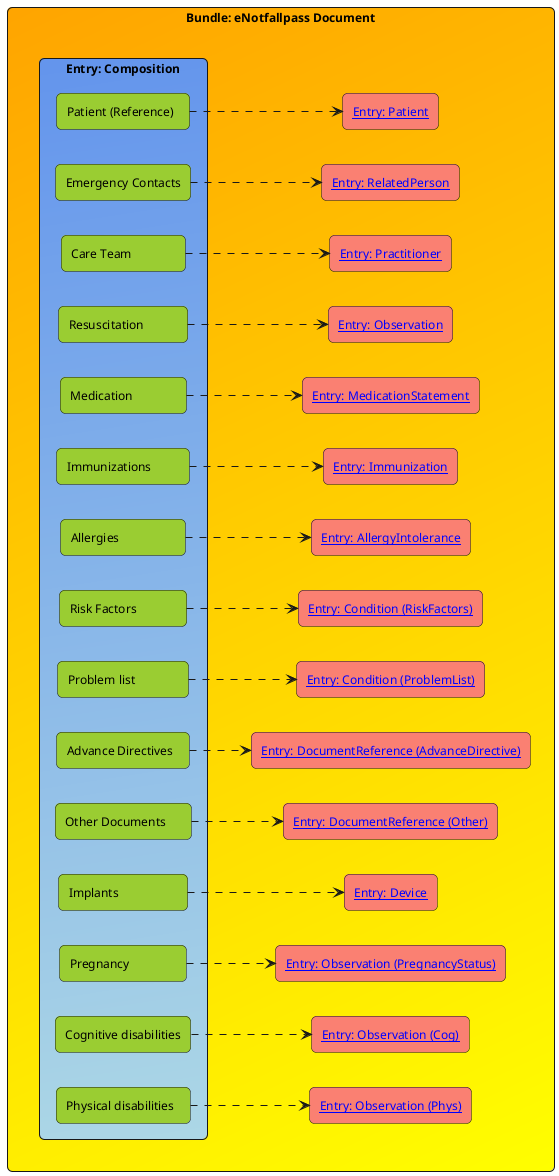
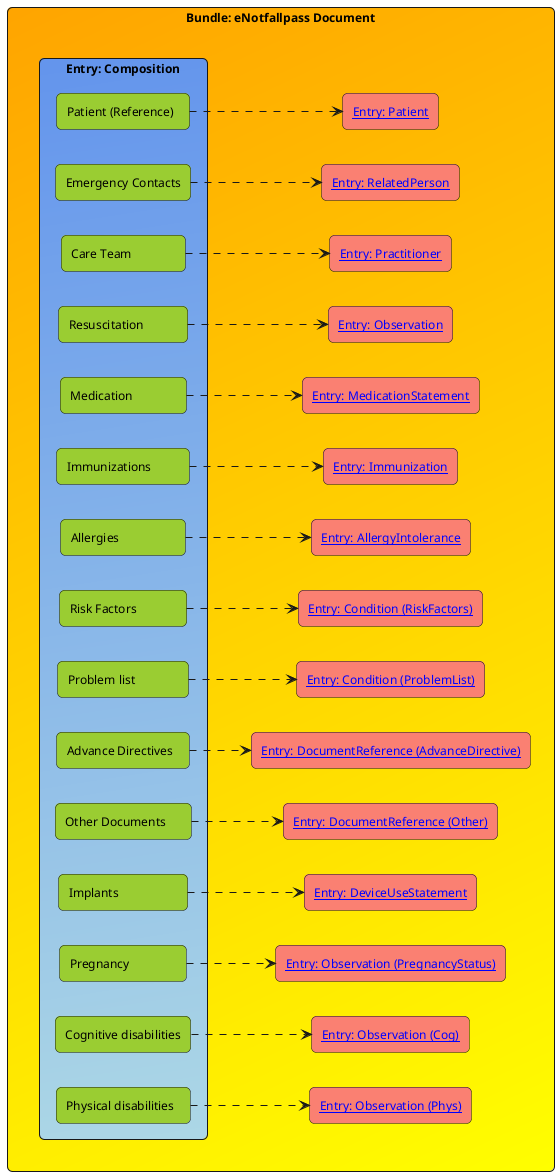
@startuml
skinparam shadowing false
skinparam rectangle {
  roundCorner 10
}
skinparam defaultFontSize 12

left to right direction

rectangle "**Bundle: eNotfallpass Document**" as Bundle #orange/yellow {

  together {
    rectangle "**Entry: Composition**" as Comp #cornflowerblue/lightblue {
      rectangle "Patient (Reference)  " as PatRef #yellowgreen
      rectangle "Emergency Contacts" as SecContact #yellowgreen
      rectangle "Care Team              " as SecCare #yellowgreen
      rectangle "Resuscitation           " as SecRes #yellowgreen
      rectangle "Medication              " as SecMed #yellowgreen
      rectangle "Immunizations         " as SecImm #yellowgreen
      rectangle "Allergies                  " as SecAllergy #yellowgreen
      rectangle "Risk Factors             " as SecRisk #yellowgreen
      rectangle "Problem list              " as SecDiag #yellowgreen
      rectangle "Advance Directives  " as SecAD #yellowgreen
      rectangle "Other Documents     " as SecOther #yellowgreen
      rectangle "Implants                   " as SecImpl #yellowgreen
      rectangle "Pregnancy               " as SecPreg #yellowgreen
      rectangle "Cognitive disabilities" as SecCogDis #yellowgreen
      rectangle "Physical disabilities  " as SecPhyDis #yellowgreen
    }
  }

  together {
    rectangle "[[http://fhir.ch/ig/ch-ips/StructureDefinition-ch-ips-patient.html Entry: Patient]]" as E1 #salmon
    rectangle "[[StructureDefinition-ch-emr-relatedperson.html Entry: RelatedPerson]]" as E2 #salmon
    rectangle "[[http://fhir.ch/ig/ch-ips/StructureDefinition-ch-ips-practitioner.html Entry: Practitioner]]" as E3 #salmon
    rectangle "[[StructureDefinition-ch-emr-observation-resuscitation-status.html Entry: Observation]]" as E4 #salmon
-     rectangle "[[StructureDefinition-ch-emr-observation-cognitive-disability.html Entry: MedicationStatement]]" as E5 #salmon
-     rectangle "[[StructureDefinition-ch-emr-observation-physical-disability.html Entry: Immunization]]" as E6 #salmon
-     rectangle "[[StructureDefinition-ch-emr-condition-riskFactors.html Entry: AllergyIntolerance]]" as E7 #salmon
-     rectangle "[[StructureDefinition-ch-emr-medicationstatement.html Entry: Condition (RiskFactors)]]" as E8 #salmon
-     rectangle "[[StructureDefinition-ch-emr-allergyintolerance.html Entry: Condition (ProblemList)]]" as E9 #salmon
+     rectangle "[[StructureDefinition-ch-emr-medicationstatement.html Entry: MedicationStatement]]" as E5 #salmon
+     rectangle "[[http://fhir.ch/ig/ch-ips/StructureDefinition-ch-ips-immunization.html Entry: Immunization]]" as E6 #salmon
+     rectangle "[[StructureDefinition-ch-emr-allergyintolerance.html Entry: AllergyIntolerance]]" as E7 #salmon
+     rectangle "[[StructureDefinition-ch-emr-condition-riskFactors.html Entry: Condition (RiskFactors)]]" as E8 #salmon
+     rectangle "[[http://fhir.ch/ig/ch-ips/StructureDefinition-ch-ips-condition.html Entry: Condition (ProblemList)]]" as E9 #salmon
    rectangle "[[StructureDefinition-ch-emr-documentreference-advance-directive.html Entry: DocumentReference (AdvanceDirective)]]" as E10 #salmon
    rectangle "[[StructureDefinition-ch-emr-documentreference.html Entry: DocumentReference (Other)]]" as E11 #salmon
-     rectangle "[[StructureDefinition-ch-emr-device.html Entry: Device]]" as E12 #salmon
+     rectangle "[[StructureDefinition-ch-emr-deviceusestatement.html Entry: DeviceUseStatement]]" as E12 #salmon
    rectangle "[[http://hl7.org/fhir/uv/ips/StructureDefinition-Observation-pregnancy-status-uv-ips.html Entry: Observation (PregnancyStatus)]]" as E13 #salmon
    rectangle "[[StructureDefinition-ch-emr-observation-cognitive-disability.html Entry: Observation (Cog)]]" as E14 #salmon
    rectangle "[[StructureDefinition-ch-emr-observation-physical-disability.html Entry: Observation (Phys)]]" as E15 #salmon
  }
}

PatRef ..> E1
SecContact ..> E2
SecCare ..> E3
SecRes ..> E4
SecMed ..> E5
SecImm ..> E6
SecAllergy ..> E7
SecRisk ..> E8
SecDiag ..> E9
SecAD ..> E10
SecOther ..> E11
SecImpl ..> E12
SecPreg ..> E13
SecCogDis ..> E14
SecPhyDis ..> E15

@enduml
